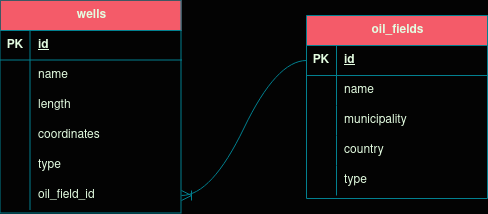
Above: exercise-2/example2_uno_a_muchos.png in jucrojasba/databases-workshop-1 (draw.io), before the change. Source tidied: cells renumbered, new cells last; positions are measured from the earlier drawing's top-left corner, leaving out a move shared by most shapes. Its diagram source:
```xml
<mxGraphModel background="#030303">
  <root>
    <mxCell id="0" />
    <mxCell id="1" parent="0" />
    <mxCell id="2" value="wells" style="shape=table;startSize=30;rowLines=0;fontStyle=1;align=center;html=1;labelBackgroundColor=none;fillColor=#F45B69;strokeColor=#028090;fontColor=#E4FDE1;" parent="1" vertex="1">
      <mxGeometry width="181" height="213" as="geometry" />
    </mxCell>
    <mxCell id="3" style="shape=tableRow;horizontal=0;startSize=0;swimlaneHead=0;swimlaneBody=0;fillColor=none;top=0;left=0;right=0;bottom=1;labelBackgroundColor=none;strokeColor=#028090;fontColor=#E4FDE1;" parent="2" vertex="1">
      <mxGeometry y="30" width="181" height="30" as="geometry" />
    </mxCell>
    <mxCell id="4" value="PK" style="shape=partialRectangle;fillColor=none;top=0;left=0;bottom=0;right=0;fontStyle=1;overflow=hidden;whiteSpace=wrap;html=1;labelBackgroundColor=none;strokeColor=#028090;fontColor=#E4FDE1;" parent="3" vertex="1">
      <mxGeometry width="30" height="30" as="geometry" />
    </mxCell>
    <mxCell id="5" value="id" style="shape=partialRectangle;fillColor=none;top=0;left=0;bottom=0;right=0;align=left;spacingLeft=6;fontStyle=5;overflow=hidden;whiteSpace=wrap;html=1;labelBackgroundColor=none;strokeColor=#028090;fontColor=#E4FDE1;" parent="3" vertex="1">
      <mxGeometry x="30" width="151" height="30" as="geometry" />
    </mxCell>
    <mxCell id="6" style="shape=tableRow;horizontal=0;startSize=0;swimlaneHead=0;swimlaneBody=0;fillColor=none;top=0;left=0;right=0;bottom=0;labelBackgroundColor=none;strokeColor=#028090;fontColor=#E4FDE1;" parent="2" vertex="1">
      <mxGeometry y="60" width="181" height="30" as="geometry" />
    </mxCell>
    <mxCell id="7" style="shape=partialRectangle;fillColor=none;top=0;left=0;bottom=0;right=0;overflow=hidden;whiteSpace=wrap;html=1;labelBackgroundColor=none;strokeColor=#028090;fontColor=#E4FDE1;" parent="6" vertex="1">
      <mxGeometry width="30" height="30" as="geometry" />
    </mxCell>
    <mxCell id="8" value="name" style="shape=partialRectangle;fillColor=none;top=0;left=0;bottom=0;right=0;align=left;spacingLeft=6;overflow=hidden;whiteSpace=wrap;html=1;labelBackgroundColor=none;strokeColor=#028090;fontColor=#E4FDE1;" parent="6" vertex="1">
      <mxGeometry x="30" width="151" height="30" as="geometry" />
    </mxCell>
    <mxCell id="9" style="shape=tableRow;horizontal=0;startSize=0;swimlaneHead=0;swimlaneBody=0;fillColor=none;top=0;left=0;right=0;bottom=0;labelBackgroundColor=none;strokeColor=#028090;fontColor=#E4FDE1;" parent="2" vertex="1">
      <mxGeometry y="90" width="181" height="30" as="geometry" />
    </mxCell>
    <mxCell id="10" style="shape=partialRectangle;fillColor=none;top=0;left=0;bottom=0;right=0;overflow=hidden;whiteSpace=wrap;html=1;labelBackgroundColor=none;strokeColor=#028090;fontColor=#E4FDE1;" parent="9" vertex="1">
      <mxGeometry width="30" height="30" as="geometry" />
    </mxCell>
    <mxCell id="11" value="length" style="shape=partialRectangle;fillColor=none;top=0;left=0;bottom=0;right=0;align=left;spacingLeft=6;overflow=hidden;whiteSpace=wrap;html=1;labelBackgroundColor=none;strokeColor=#028090;fontColor=#E4FDE1;" parent="9" vertex="1">
      <mxGeometry x="30" width="151" height="30" as="geometry" />
    </mxCell>
    <mxCell id="12" style="shape=tableRow;horizontal=0;startSize=0;swimlaneHead=0;swimlaneBody=0;fillColor=none;top=0;left=0;right=0;bottom=0;labelBackgroundColor=none;strokeColor=#028090;fontColor=#E4FDE1;" parent="2" vertex="1">
      <mxGeometry y="120" width="181" height="30" as="geometry" />
    </mxCell>
    <mxCell id="13" style="shape=partialRectangle;fillColor=none;top=0;left=0;bottom=0;right=0;overflow=hidden;whiteSpace=wrap;html=1;labelBackgroundColor=none;strokeColor=#028090;fontColor=#E4FDE1;" parent="12" vertex="1">
      <mxGeometry width="30" height="30" as="geometry" />
    </mxCell>
    <mxCell id="14" value="coordinates" style="shape=partialRectangle;fillColor=none;top=0;left=0;bottom=0;right=0;align=left;spacingLeft=6;overflow=hidden;whiteSpace=wrap;html=1;labelBackgroundColor=none;strokeColor=#028090;fontColor=#E4FDE1;" parent="12" vertex="1">
      <mxGeometry x="30" width="151" height="30" as="geometry" />
    </mxCell>
    <mxCell id="15" style="shape=tableRow;horizontal=0;startSize=0;swimlaneHead=0;swimlaneBody=0;fillColor=none;top=0;left=0;right=0;bottom=0;labelBackgroundColor=none;strokeColor=#028090;fontColor=#E4FDE1;" parent="2" vertex="1">
      <mxGeometry y="150" width="181" height="30" as="geometry" />
    </mxCell>
    <mxCell id="16" style="shape=partialRectangle;fillColor=none;top=0;left=0;bottom=0;right=0;overflow=hidden;whiteSpace=wrap;html=1;labelBackgroundColor=none;strokeColor=#028090;fontColor=#E4FDE1;" parent="15" vertex="1">
      <mxGeometry width="30" height="30" as="geometry" />
    </mxCell>
    <mxCell id="17" value="type" style="shape=partialRectangle;fillColor=none;top=0;left=0;bottom=0;right=0;align=left;spacingLeft=6;overflow=hidden;whiteSpace=wrap;html=1;labelBackgroundColor=none;strokeColor=#028090;fontColor=#E4FDE1;" parent="15" vertex="1">
      <mxGeometry x="30" width="151" height="30" as="geometry" />
    </mxCell>
    <mxCell id="18" style="shape=tableRow;horizontal=0;startSize=0;swimlaneHead=0;swimlaneBody=0;fillColor=none;points=[[0,0.5],[1,0.5]];portConstraint=eastwest;top=0;left=0;right=0;bottom=0;labelBackgroundColor=none;strokeColor=#028090;fontColor=#E4FDE1;" parent="2" vertex="1">
      <mxGeometry y="180" width="181" height="30" as="geometry" />
    </mxCell>
    <mxCell id="19" style="shape=partialRectangle;fillColor=none;top=0;left=0;bottom=0;right=0;overflow=hidden;whiteSpace=wrap;html=1;labelBackgroundColor=none;strokeColor=#028090;fontColor=#E4FDE1;" parent="18" vertex="1">
      <mxGeometry width="30" height="30" as="geometry" />
    </mxCell>
    <mxCell id="20" value="oil_field_id" style="shape=partialRectangle;fillColor=none;top=0;left=0;bottom=0;right=0;align=left;spacingLeft=6;overflow=hidden;whiteSpace=wrap;html=1;labelBackgroundColor=none;strokeColor=#028090;fontColor=#E4FDE1;" parent="18" vertex="1">
      <mxGeometry x="30" width="151" height="30" as="geometry" />
    </mxCell>
    <mxCell id="21" value="oil_fields" style="shape=table;startSize=30;rowLines=0;fontStyle=1;align=center;html=1;labelBackgroundColor=none;fillColor=#F45B69;strokeColor=#028090;fontColor=#E4FDE1;" parent="1" vertex="1">
      <mxGeometry x="306" y="15" width="181" height="183" as="geometry" />
    </mxCell>
    <mxCell id="22" style="shape=tableRow;horizontal=0;startSize=0;swimlaneHead=0;swimlaneBody=0;fillColor=none;points=[[0,0.5],[1,0.5]];portConstraint=eastwest;top=0;left=0;right=0;bottom=1;labelBackgroundColor=none;strokeColor=#028090;fontColor=#E4FDE1;" parent="21" vertex="1">
      <mxGeometry y="30" width="181" height="30" as="geometry" />
    </mxCell>
    <mxCell id="23" value="PK" style="shape=partialRectangle;fillColor=none;top=0;left=0;bottom=0;right=0;fontStyle=1;overflow=hidden;whiteSpace=wrap;html=1;labelBackgroundColor=none;strokeColor=#028090;fontColor=#E4FDE1;" parent="22" vertex="1">
      <mxGeometry width="30" height="30" as="geometry" />
    </mxCell>
    <mxCell id="24" value="id" style="shape=partialRectangle;fillColor=none;top=0;left=0;bottom=0;right=0;align=left;spacingLeft=6;fontStyle=5;overflow=hidden;whiteSpace=wrap;html=1;labelBackgroundColor=none;strokeColor=#028090;fontColor=#E4FDE1;" parent="22" vertex="1">
      <mxGeometry x="30" width="151" height="30" as="geometry" />
    </mxCell>
    <mxCell id="25" style="shape=tableRow;horizontal=0;startSize=0;swimlaneHead=0;swimlaneBody=0;fillColor=none;top=0;left=0;right=0;bottom=0;labelBackgroundColor=none;strokeColor=#028090;fontColor=#E4FDE1;" parent="21" vertex="1">
      <mxGeometry y="60" width="181" height="30" as="geometry" />
    </mxCell>
    <mxCell id="26" style="shape=partialRectangle;fillColor=none;top=0;left=0;bottom=0;right=0;overflow=hidden;whiteSpace=wrap;html=1;labelBackgroundColor=none;strokeColor=#028090;fontColor=#E4FDE1;" parent="25" vertex="1">
      <mxGeometry width="30" height="30" as="geometry" />
    </mxCell>
    <mxCell id="27" value="name" style="shape=partialRectangle;fillColor=none;top=0;left=0;bottom=0;right=0;align=left;spacingLeft=6;overflow=hidden;whiteSpace=wrap;html=1;labelBackgroundColor=none;strokeColor=#028090;fontColor=#E4FDE1;" parent="25" vertex="1">
      <mxGeometry x="30" width="151" height="30" as="geometry" />
    </mxCell>
    <mxCell id="28" style="shape=tableRow;horizontal=0;startSize=0;swimlaneHead=0;swimlaneBody=0;fillColor=none;top=0;left=0;right=0;bottom=0;labelBackgroundColor=none;strokeColor=#028090;fontColor=#E4FDE1;" parent="21" vertex="1">
      <mxGeometry y="90" width="181" height="30" as="geometry" />
    </mxCell>
    <mxCell id="29" style="shape=partialRectangle;fillColor=none;top=0;left=0;bottom=0;right=0;overflow=hidden;whiteSpace=wrap;html=1;labelBackgroundColor=none;strokeColor=#028090;fontColor=#E4FDE1;" parent="28" vertex="1">
      <mxGeometry width="30" height="30" as="geometry" />
    </mxCell>
    <mxCell id="30" value="municipality" style="shape=partialRectangle;fillColor=none;top=0;left=0;bottom=0;right=0;align=left;spacingLeft=6;overflow=hidden;whiteSpace=wrap;html=1;labelBackgroundColor=none;strokeColor=#028090;fontColor=#E4FDE1;" parent="28" vertex="1">
      <mxGeometry x="30" width="151" height="30" as="geometry" />
    </mxCell>
    <mxCell id="31" style="shape=tableRow;horizontal=0;startSize=0;swimlaneHead=0;swimlaneBody=0;fillColor=none;top=0;left=0;right=0;bottom=0;labelBackgroundColor=none;strokeColor=#028090;fontColor=#E4FDE1;" parent="21" vertex="1">
      <mxGeometry y="120" width="181" height="30" as="geometry" />
    </mxCell>
    <mxCell id="32" style="shape=partialRectangle;fillColor=none;top=0;left=0;bottom=0;right=0;overflow=hidden;whiteSpace=wrap;html=1;labelBackgroundColor=none;strokeColor=#028090;fontColor=#E4FDE1;" parent="31" vertex="1">
      <mxGeometry width="30" height="30" as="geometry" />
    </mxCell>
    <mxCell id="33" value="country" style="shape=partialRectangle;fillColor=none;top=0;left=0;bottom=0;right=0;align=left;spacingLeft=6;overflow=hidden;whiteSpace=wrap;html=1;labelBackgroundColor=none;strokeColor=#028090;fontColor=#E4FDE1;" parent="31" vertex="1">
      <mxGeometry x="30" width="151" height="30" as="geometry" />
    </mxCell>
    <mxCell id="34" style="shape=tableRow;horizontal=0;startSize=0;swimlaneHead=0;swimlaneBody=0;fillColor=none;top=0;left=0;right=0;bottom=0;labelBackgroundColor=none;strokeColor=#028090;fontColor=#E4FDE1;" parent="21" vertex="1">
      <mxGeometry y="150" width="181" height="30" as="geometry" />
    </mxCell>
    <mxCell id="35" style="shape=partialRectangle;fillColor=none;top=0;left=0;bottom=0;right=0;overflow=hidden;whiteSpace=wrap;html=1;labelBackgroundColor=none;strokeColor=#028090;fontColor=#E4FDE1;" parent="34" vertex="1">
      <mxGeometry width="30" height="30" as="geometry" />
    </mxCell>
    <mxCell id="36" value="type" style="shape=partialRectangle;fillColor=none;top=0;left=0;bottom=0;right=0;align=left;spacingLeft=6;overflow=hidden;whiteSpace=wrap;html=1;labelBackgroundColor=none;strokeColor=#028090;fontColor=#E4FDE1;" parent="34" vertex="1">
      <mxGeometry x="30" width="151" height="30" as="geometry" />
    </mxCell>
    <mxCell id="37" style="edgeStyle=entityRelationEdgeStyle;fontSize=12;html=1;endArrow=ERoneToMany;rounded=0;strokeColor=#028090;fontColor=#E4FDE1;startSize=8;endSize=8;curved=1;fillColor=#F45B69;exitX=0;exitY=0.5;exitDx=0;exitDy=0;" parent="1" edge="1" source="22" target="18">
      <mxGeometry relative="1" as="geometry" />
    </mxCell>
  </root>
</mxGraphModel>
```
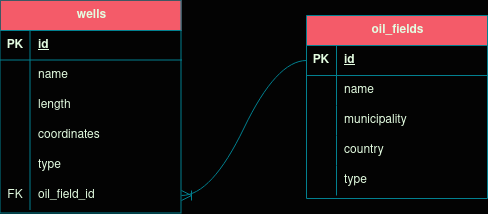
After the commit.

Change to the diagram source:
```diff
@@ -53,7 +53,7 @@
     <mxCell id="18" style="shape=tableRow;horizontal=0;startSize=0;swimlaneHead=0;swimlaneBody=0;fillColor=none;points=[[0,0.5],[1,0.5]];portConstraint=eastwest;top=0;left=0;right=0;bottom=0;labelBackgroundColor=none;strokeColor=#028090;fontColor=#E4FDE1;" parent="2" vertex="1">
       <mxGeometry y="180" width="181" height="30" as="geometry" />
     </mxCell>
-    <mxCell id="19" style="shape=partialRectangle;fillColor=none;top=0;left=0;bottom=0;right=0;overflow=hidden;whiteSpace=wrap;html=1;labelBackgroundColor=none;strokeColor=#028090;fontColor=#E4FDE1;" parent="18" vertex="1">
+    <mxCell id="19" value="FK" style="shape=partialRectangle;fillColor=none;top=0;left=0;bottom=0;right=0;overflow=hidden;whiteSpace=wrap;html=1;labelBackgroundColor=none;strokeColor=#028090;fontColor=#E4FDE1;" parent="18" vertex="1">
       <mxGeometry width="30" height="30" as="geometry" />
     </mxCell>
     <mxCell id="20" value="oil_field_id" style="shape=partialRectangle;fillColor=none;top=0;left=0;bottom=0;right=0;align=left;spacingLeft=6;overflow=hidden;whiteSpace=wrap;html=1;labelBackgroundColor=none;strokeColor=#028090;fontColor=#E4FDE1;" parent="18" vertex="1">
```
